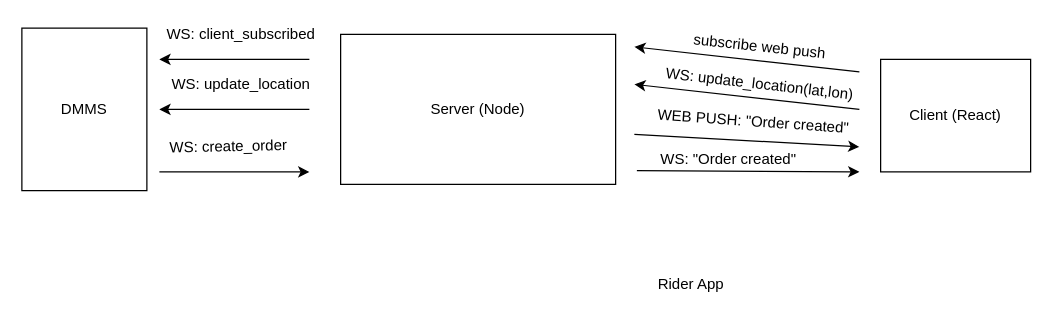
Before: workflow.drawio in joel-sapaad/rider-app-poc, a draw.io diagram. Source tidied: cells renumbered, new cells numbered last; positions are measured from the earlier drawing's top-left corner, leaving out a move shared by most shapes. Both pictures are drawn from the tidied source at 125%, with x=0, y=0 at pixel (21, 21).
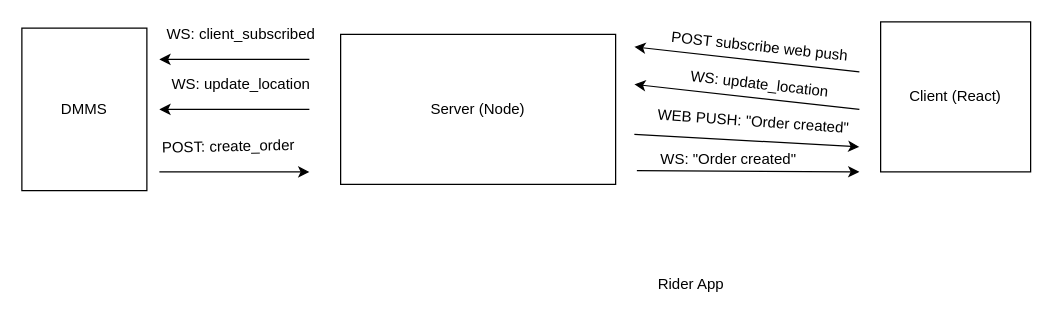
The same page after the edit.

Diff of the diagram source:
```diff
@@
     <mxCell id="3" value="Client (React)" style="rounded=0;whiteSpace=wrap;html=1;" parent="1" vertex="1">
-      <mxGeometry x="687" y="30" width="120" height="90" as="geometry" />
+      <mxGeometry x="687" width="120" height="120" as="geometry" />
     </mxCell>
@@
-    <mxCell id="7" value="subscribe web push" style="text;html=1;align=center;verticalAlign=middle;strokeColor=none;fillColor=none;rotation=6.100000000000001;" parent="1" vertex="1">
-      <mxGeometry x="530" y="10" width="120" height="20" as="geometry" />
+    <mxCell id="7" value="POST subscribe web push" style="text;html=1;align=center;verticalAlign=middle;strokeColor=none;fillColor=none;rotation=6.100000000000001;" parent="1" vertex="1">
+      <mxGeometry x="510" y="10" width="160" height="20" as="geometry" />
     </mxCell>
@@
-    <mxCell id="10" value="WS: create_order" style="text;html=1;align=center;verticalAlign=middle;strokeColor=none;fillColor=none;rotation=-1.2000000000000028;" parent="1" vertex="1">
-      <mxGeometry x="110" y="90" width="110" height="20" as="geometry" />
+    <mxCell id="10" value="POST: create_order" style="text;html=1;align=center;verticalAlign=middle;strokeColor=none;fillColor=none;rotation=-1.2000000000000028;" parent="1" vertex="1">
+      <mxGeometry x="105" y="90" width="120" height="20" as="geometry" />
     </mxCell>
@@
-    <mxCell id="14" value="WS: update_location(lat,lon)" style="text;html=1;align=center;verticalAlign=middle;strokeColor=none;fillColor=none;rotation=6.5;" parent="1" vertex="1">
-      <mxGeometry x="505" y="40" width="170" height="20" as="geometry" />
+    <mxCell id="14" value="WS: update_location" style="text;html=1;align=center;verticalAlign=middle;strokeColor=none;fillColor=none;rotation=6.5;" parent="1" vertex="1">
+      <mxGeometry x="525" y="40" width="130" height="20" as="geometry" />
     </mxCell>
```
